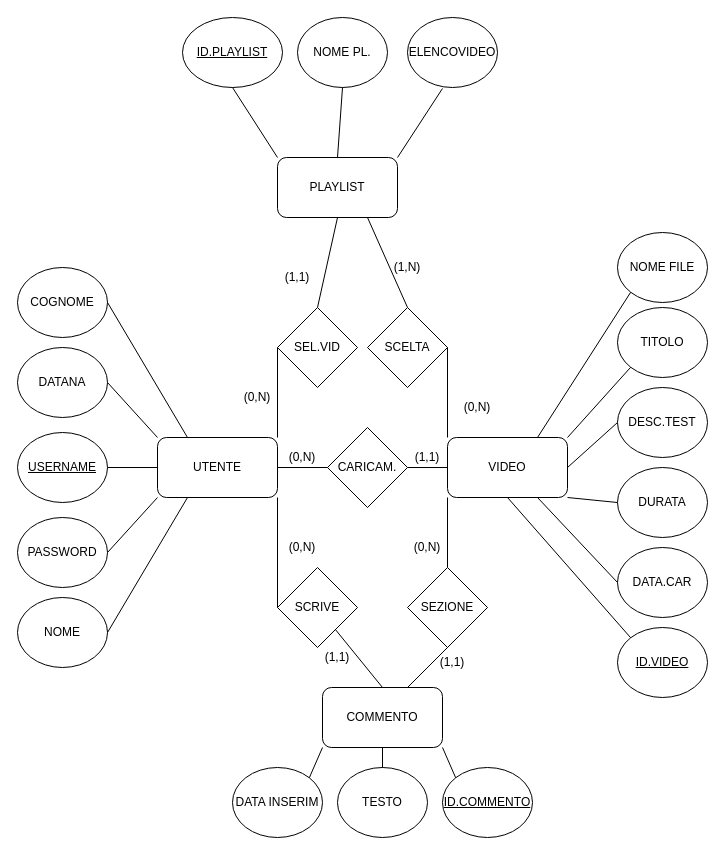
Earlier version of the draw.io diagram esame.drawio (LilAnciel/Project). Source tidied: cells renumbered, new cells numbered last; positions are measured from the earlier drawing's top-left corner, leaving out a move shared by most shapes. Both pictures are drawn from the tidied source at 100%, with x=0, y=0 at pixel (17, 17).
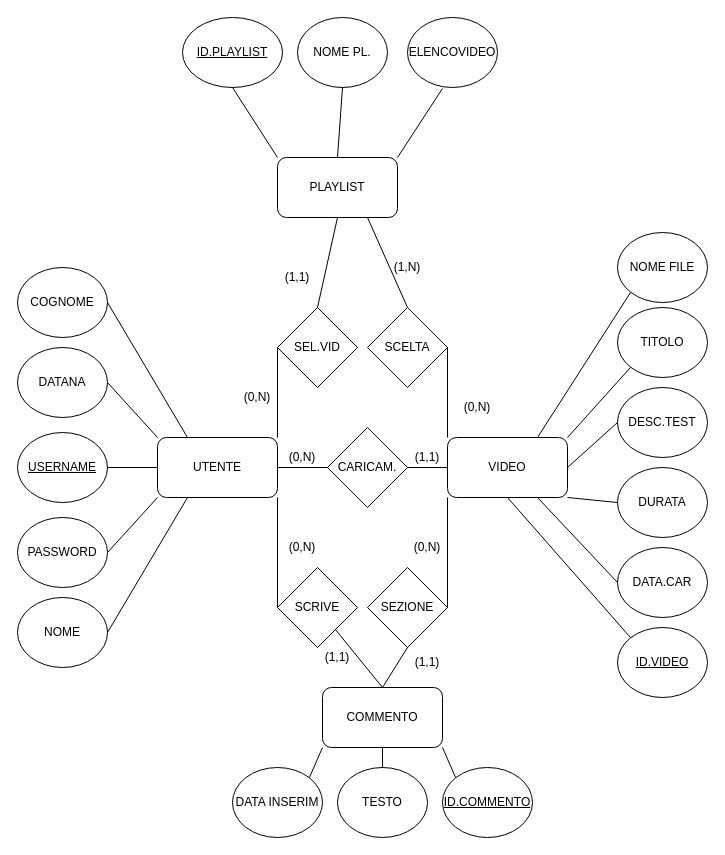
After the change.

The change refers to these unchanged cells:
```xml
<mxCell id="3" value="VIDEO" style="rounded=1;whiteSpace=wrap;html=1;" parent="1" vertex="1">
  <mxGeometry x="430" y="420" width="120" height="60" as="geometry" />
</mxCell>
<mxCell id="56" value="COMMENTO" style="rounded=1;whiteSpace=wrap;html=1;" parent="1" vertex="1">
  <mxGeometry x="305" y="670" width="120" height="60" as="geometry" />
</mxCell>
```

Change to the diagram source:
```diff
@@
-    <mxCell id="11" style="endArrow=none;html=1;entryX=0;entryY=1;entryDx=0;entryDy=0;exitX=0.5;exitY=0;exitDx=0;exitDy=0;" parent="1" edge="1" source="57" target="3">
+    <mxCell id="11" style="endArrow=none;html=1;entryX=0;entryY=1;entryDx=0;entryDy=0;exitX=1;exitY=0.5;exitDx=0;exitDy=0;" parent="1" edge="1" source="57" target="3">
       <mxGeometry relative="1" as="geometry" />
     </mxCell>
@@
     <mxCell id="57" value="SEZIONE" style="rhombus;whiteSpace=wrap;html=1;" parent="1" vertex="1">
-      <mxGeometry x="390" y="550" width="80" height="80" as="geometry" />
+      <mxGeometry x="350" y="550" width="80" height="80" as="geometry" />
     </mxCell>
@@
-    <mxCell id="59" style="endArrow=none;html=1;entryX=0.5;entryY=1;entryDx=0;entryDy=0;" parent="1" edge="1" target="57">
-      <mxGeometry relative="1" as="geometry">
-        <mxPoint x="390" y="670" as="sourcePoint" />
-      </mxGeometry>
+    <mxCell id="59" style="endArrow=none;html=1;entryX=0.5;entryY=1;entryDx=0;entryDy=0;exitX=0.5;exitY=0;exitDx=0;exitDy=0;" parent="1" edge="1" source="56" target="57">
+      <mxGeometry relative="1" as="geometry" />
     </mxCell>
@@
     <mxCell id="61" value="(1,1)" style="text;html=1;strokeColor=none;fillColor=none;align=center;verticalAlign=middle;whiteSpace=wrap;rounded=0;" parent="1" vertex="1">
-      <mxGeometry x="415" y="635" width="40" height="20" as="geometry" />
+      <mxGeometry x="390" y="635" width="40" height="20" as="geometry" />
     </mxCell>
```
